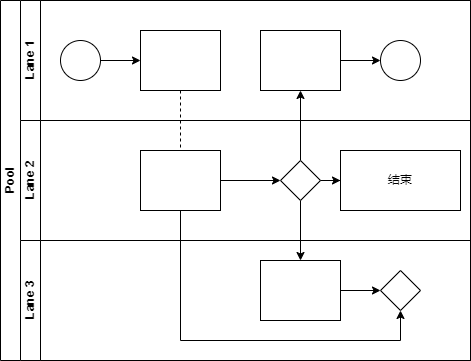
This is first.drawio.png from xcli2018/drawio_demo, a draw.io export, as it was before one commit. Source tidied: cells renumbered, new cells last; positions are measured from the earlier drawing's top-left corner, leaving out a move shared by most shapes.
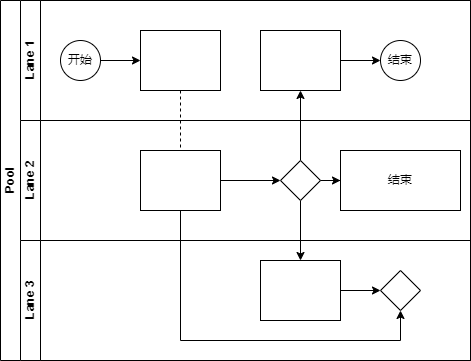
After the change.

The edit, as a diff of the source:
```diff
@@ -28,7 +28,7 @@
     <mxCell id="8" style="edgeStyle=orthogonalEdgeStyle;rounded=0;jettySize=auto;html=1;" parent="7" edge="1" source="9" target="10">
       <mxGeometry relative="1" as="geometry" />
     </mxCell>
-    <mxCell id="9" style="ellipse;whiteSpace=wrap;html=1;" parent="7" vertex="1">
+    <mxCell id="9" value="开始" style="ellipse;whiteSpace=wrap;html=1;" parent="7" vertex="1">
       <mxGeometry x="40" y="40" width="40" height="40" as="geometry" />
     </mxCell>
     <mxCell id="10" style="rounded=0;whiteSpace=wrap;html=1;fontFamily=Helvetica;fontSize=12;fontColor=#000000;align=center;" parent="7" vertex="1">
@@ -40,7 +40,7 @@
     <mxCell id="12" style="rounded=0;whiteSpace=wrap;html=1;fontFamily=Helvetica;fontSize=12;fontColor=#000000;align=center;" parent="7" vertex="1">
       <mxGeometry x="240" y="30" width="80" height="60" as="geometry" />
     </mxCell>
-    <mxCell id="13" style="ellipse;whiteSpace=wrap;html=1;" parent="7" vertex="1">
+    <mxCell id="13" value="结束" style="ellipse;whiteSpace=wrap;html=1;" parent="7" vertex="1">
       <mxGeometry x="360" y="40" width="40" height="40" as="geometry" />
     </mxCell>
     <mxCell id="14" value="Lane 2" style="swimlane;html=1;startSize=20;horizontal=0;" parent="2" vertex="1">
```
